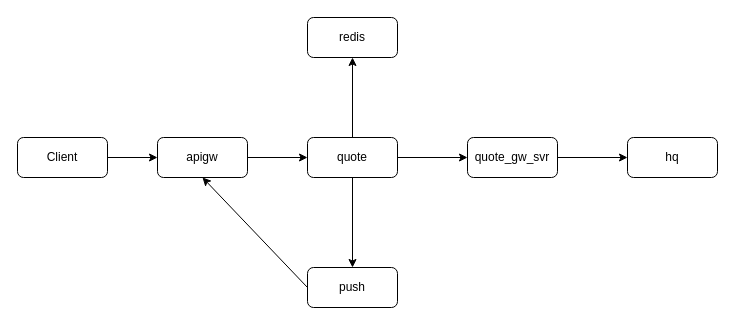
Earlier version of the draw.io diagram Untitled Diagram.drawio (canglaodexiaohai/c-). Source tidied: cells renumbered, new cells numbered last; positions are measured from the earlier drawing's top-left corner, leaving out a move shared by most shapes. Both pictures are drawn from the tidied source at 100%, with x=0, y=0 at pixel (17, 17).
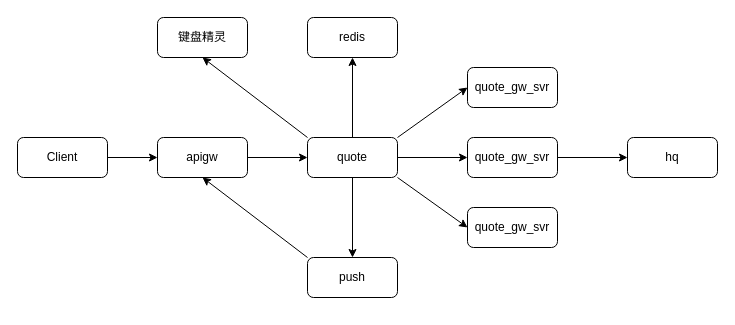
Above is the later version.

The change refers to these unchanged cells:
```xml
<mxCell id="5" value="apigw" style="rounded=1;whiteSpace=wrap;html=1;" parent="1" vertex="1">
  <mxGeometry x="140" y="120" width="90" height="40" as="geometry" />
</mxCell>
<mxCell id="9" value="quote" style="rounded=1;whiteSpace=wrap;html=1;" parent="1" vertex="1">
  <mxGeometry x="290" y="120" width="90" height="40" as="geometry" />
</mxCell>
```

The edit, as a diff of the source:
```diff
@@
     <mxCell id="14" value="push" style="rounded=1;whiteSpace=wrap;html=1;" parent="1" vertex="1">
-      <mxGeometry x="290" y="250" width="90" height="40" as="geometry" />
+      <mxGeometry x="290" y="240" width="90" height="40" as="geometry" />
     </mxCell>
-    <mxCell id="15" style="endArrow=classic;html=1;entryX=0.5;entryY=1;entryDx=0;entryDy=0;exitX=0;exitY=0.5;exitDx=0;exitDy=0;" parent="1" edge="1" source="14" target="5">
+    <mxCell id="15" style="endArrow=classic;html=1;entryX=0.5;entryY=1;entryDx=0;entryDy=0;exitX=0;exitY=0;exitDx=0;exitDy=0;" parent="1" edge="1" source="14" target="5">
       <mxGeometry relative="1" as="geometry" />
     </mxCell>
+    <mxCell id="16" value="键盘精灵" style="rounded=1;whiteSpace=wrap;html=1;" parent="1" vertex="1">
+      <mxGeometry x="140" width="90" height="40" as="geometry" />
+    </mxCell>
+    <mxCell id="17" style="endArrow=classic;html=1;entryX=0.5;entryY=1;entryDx=0;entryDy=0;exitX=0;exitY=0;exitDx=0;exitDy=0;" parent="1" edge="1" source="9" target="16">
+      <mxGeometry relative="1" as="geometry" />
+    </mxCell>
+    <mxCell id="18" value="quote_gw_svr" style="rounded=1;whiteSpace=wrap;html=1;" parent="1" vertex="1">
+      <mxGeometry x="450" y="50" width="90" height="40" as="geometry" />
+    </mxCell>
+    <mxCell id="19" value="quote_gw_svr" style="rounded=1;whiteSpace=wrap;html=1;" parent="1" vertex="1">
+      <mxGeometry x="450" y="190" width="90" height="40" as="geometry" />
+    </mxCell>
+    <mxCell id="20" style="endArrow=classic;html=1;entryX=0;entryY=0.5;entryDx=0;entryDy=0;exitX=1;exitY=0;exitDx=0;exitDy=0;" parent="1" edge="1" source="9" target="18">
+      <mxGeometry relative="1" as="geometry" />
+    </mxCell>
+    <mxCell id="21" style="endArrow=classic;html=1;entryX=0;entryY=0.5;entryDx=0;entryDy=0;exitX=1;exitY=1;exitDx=0;exitDy=0;" parent="1" edge="1" source="9" target="19">
+      <mxGeometry relative="1" as="geometry" />
+    </mxCell>
```
